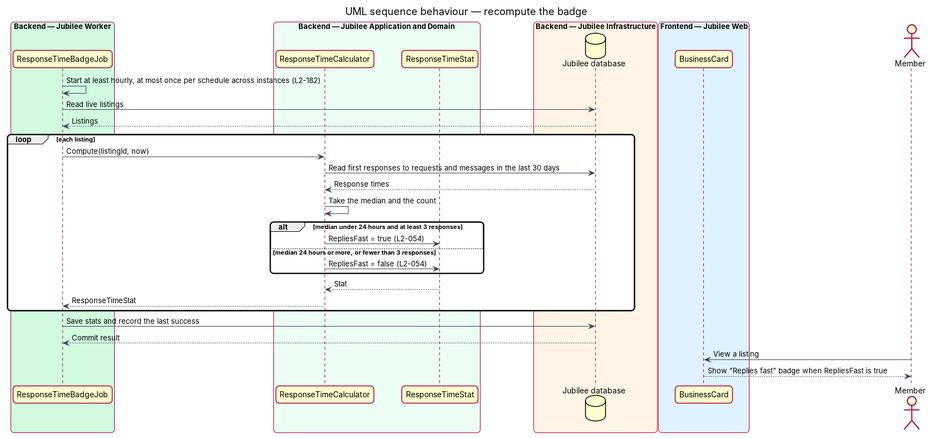
Above: docs/detailed-designs/requests/handle-incoming-requests/diagrams/sequence-recompute-badge.png in QuinntyneBrown/jubilee (PlantUML), before the change. Its source is kept beside it as docs/detailed-designs/requests/handle-incoming-requests/diagrams/sequence-recompute-badge.puml. The source it was exported from:
```plantuml
@startuml
title UML sequence behaviour — recompute the badge
skinparam backgroundColor #FFFFFF
skinparam shadowing false
skinparam roundcorner 12
skinparam defaultFontName Arial
skinparam ArrowColor #344054
skinparam rectangle {
  BorderColor #344054
  FontColor #101828
}
skinparam package {
  BorderColor #667085
  FontColor #101828
  BackgroundColor #F9FAFB
}
box "Backend — Jubilee Worker" #D1FADF
  participant "ResponseTimeBadgeJob" as job
end box
box "Backend — Jubilee Application and Domain" #ECFDF3
  participant "ResponseTimeCalculator" as calc
  participant "ResponseTimeStat" as stat
end box
box "Backend — Jubilee Infrastructure" #FFF4E5
  database "Jubilee database" as db
end box
box "Frontend — Jubilee Web" #E0F2FE
  participant "BusinessCard" as card
end box
actor "Member" as member
job -> job : Start at least hourly, at most once per schedule across instances (L2-182)
job -> db : Read live listings
db --> job : Listings
loop each listing
  job -> calc : Compute(listingId, now)
  calc -> db : Read first responses to requests and messages in the last 30 days
  db --> calc : Response times
  calc -> calc : Take the median and the count
  alt median under 24 hours and at least 3 responses
    calc -> stat : RepliesFast = true (L2-054)
  else median 24 hours or more, or fewer than 3 responses
    calc -> stat : RepliesFast = false (L2-054)
  end
  stat --> calc : Stat
  calc --> job : ResponseTimeStat
end
job -> db : Save stats and record the last success
db --> job : Commit result
member -> card : View a listing
card --> member : Show "Replies fast" badge when RepliesFast is true
@enduml
```
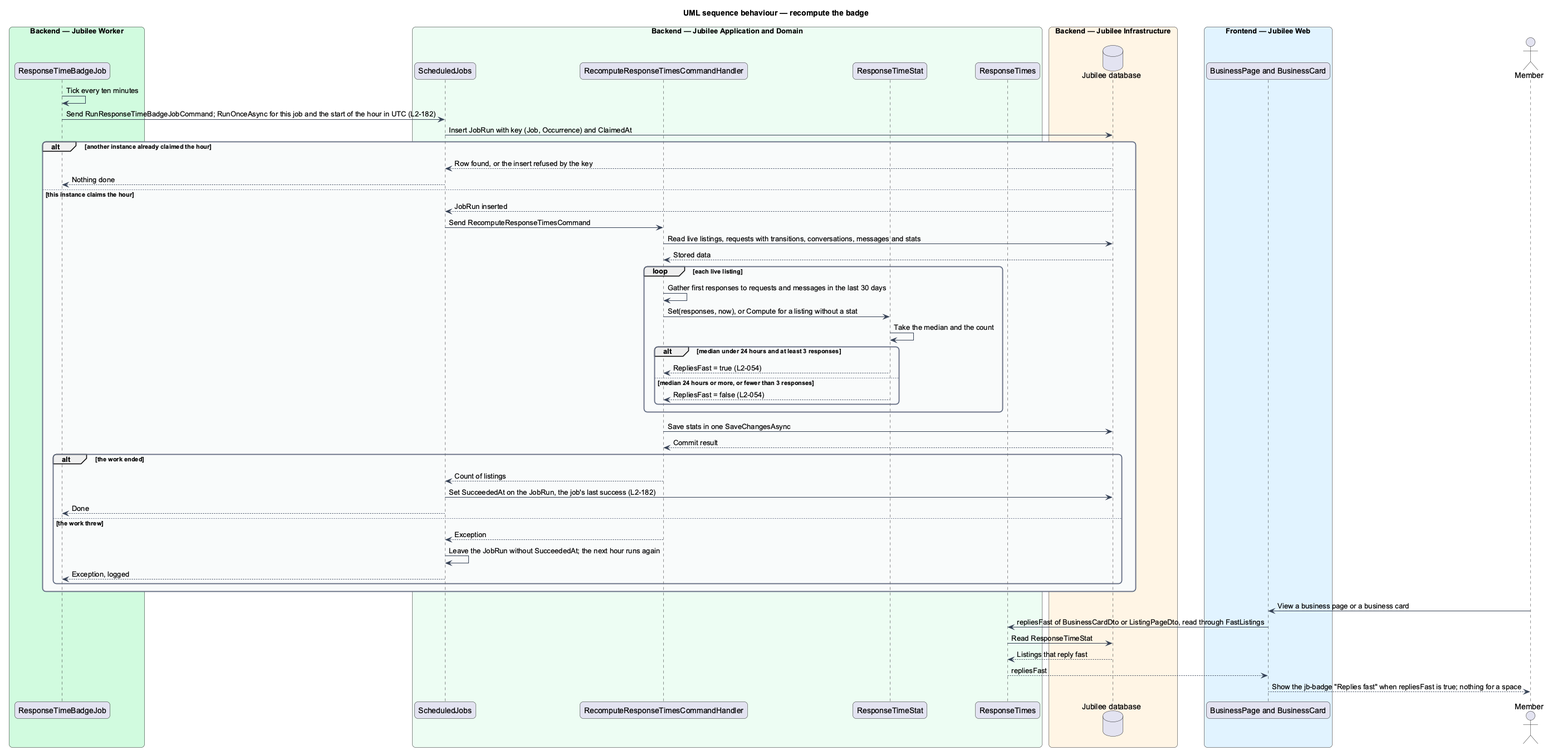
After the commit.

What changed in the source:
```diff
@@ -18,34 +18,55 @@
   participant "ResponseTimeBadgeJob" as job
 end box
 box "Backend — Jubilee Application and Domain" #ECFDF3
-  participant "ResponseTimeCalculator" as calc
+  participant "ScheduledJobs" as once
+  participant "RecomputeResponseTimesCommandHandler" as calc
   participant "ResponseTimeStat" as stat
+  participant "ResponseTimes" as fast
 end box
 box "Backend — Jubilee Infrastructure" #FFF4E5
   database "Jubilee database" as db
 end box
 box "Frontend — Jubilee Web" #E0F2FE
-  participant "BusinessCard" as card
+  participant "BusinessPage and BusinessCard" as card
 end box
 actor "Member" as member
-job -> job : Start at least hourly, at most once per schedule across instances (L2-182)
-job -> db : Read live listings
-db --> job : Listings
-loop each listing
-  job -> calc : Compute(listingId, now)
-  calc -> db : Read first responses to requests and messages in the last 30 days
-  db --> calc : Response times
-  calc -> calc : Take the median and the count
-  alt median under 24 hours and at least 3 responses
-    calc -> stat : RepliesFast = true (L2-054)
-  else median 24 hours or more, or fewer than 3 responses
-    calc -> stat : RepliesFast = false (L2-054)
+job -> job : Tick every ten minutes
+job -> once : Send RunResponseTimeBadgeJobCommand; RunOnceAsync for this job and the start of the hour in UTC (L2-182)
+once -> db : Insert JobRun with key (Job, Occurrence) and ClaimedAt
+alt another instance already claimed the hour
+  db --> once : Row found, or the insert refused by the key
+  once --> job : Nothing done
+else this instance claims the hour
+  db --> once : JobRun inserted
+  once -> calc : Send RecomputeResponseTimesCommand
+  calc -> db : Read live listings, requests with transitions, conversations, messages and stats
+  db --> calc : Stored data
+  loop each live listing
+    calc -> calc : Gather first responses to requests and messages in the last 30 days
+    calc -> stat : Set(responses, now), or Compute for a listing without a stat
+    stat -> stat : Take the median and the count
+    alt median under 24 hours and at least 3 responses
+      stat --> calc : RepliesFast = true (L2-054)
+    else median 24 hours or more, or fewer than 3 responses
+      stat --> calc : RepliesFast = false (L2-054)
+    end
   end
-  stat --> calc : Stat
-  calc --> job : ResponseTimeStat
+  calc -> db : Save stats in one SaveChangesAsync
+  db --> calc : Commit result
+  alt the work ended
+    calc --> once : Count of listings
+    once -> db : Set SucceededAt on the JobRun, the job's last success (L2-182)
+    once --> job : Done
+  else the work threw
+    calc --> once : Exception
+    once -> once : Leave the JobRun without SucceededAt; the next hour runs again
+    once --> job : Exception, logged
+  end
 end
-job -> db : Save stats and record the last success
-db --> job : Commit result
-member -> card : View a listing
-card --> member : Show "Replies fast" badge when RepliesFast is true
+member -> card : View a business page or a business card
+card -> fast : repliesFast of BusinessCardDto or ListingPageDto, read through FastListings
+fast -> db : Read ResponseTimeStat
+db --> fast : Listings that reply fast
+fast --> card : repliesFast
+card --> member : Show the jb-badge "Replies fast" when repliesFast is true; nothing for a space
 @enduml
```
